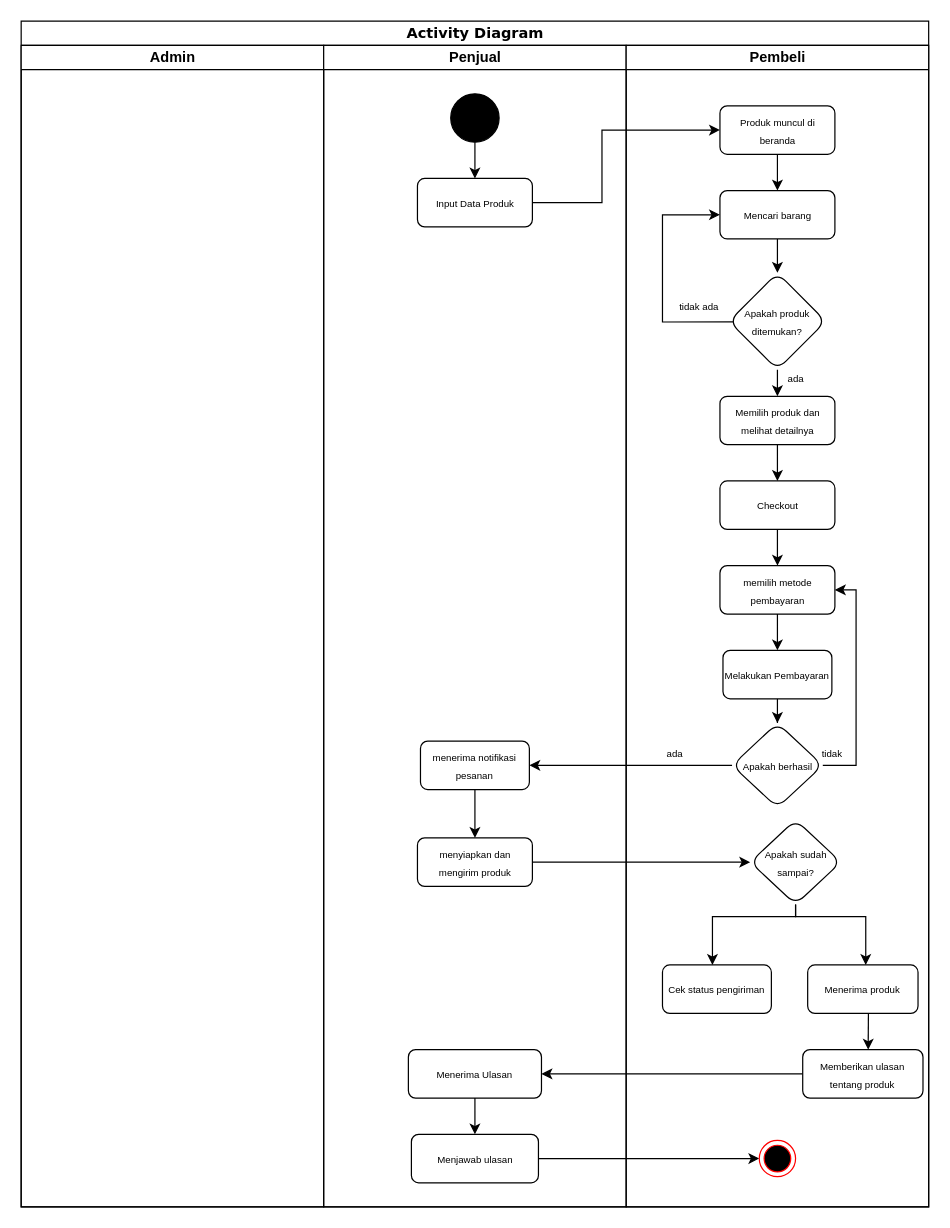
Al1en131/Project-Portfolio keeps this draw.io diagram as Untitled Diagram.drawio. Above is the earlier version. Source tidied: cells renumbered, new cells numbered last; positions are measured from the earlier drawing's top-left corner, leaving out a move shared by most shapes. Both pictures are drawn from the tidied source at 121%, with x=0, y=0 at pixel (21, 21).
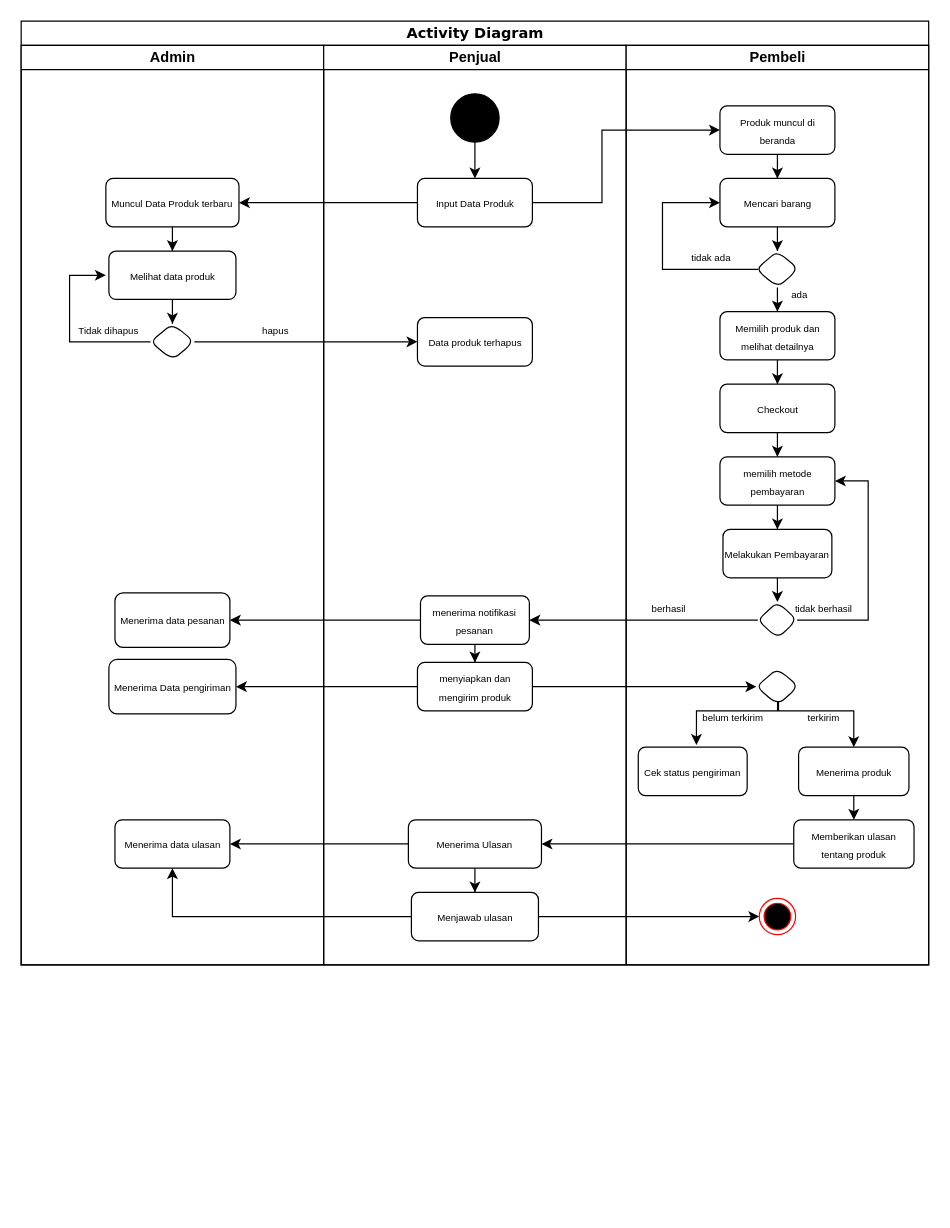
The same page after the edit.

Unchanged cells that the change refers to:
```xml
<mxCell id="12" value="&lt;font style=&quot;font-size: 8px;&quot;&gt;Input Data Produk&lt;/font&gt;" style="rounded=1;whiteSpace=wrap;html=1;" parent="6" vertex="1">
  <mxGeometry x="77.5" y="110" width="95" height="40" as="geometry" />
</mxCell>
<mxCell id="41" value="&lt;font style=&quot;font-size: 8px;&quot;&gt;Produk muncul di beranda&lt;/font&gt;" style="whiteSpace=wrap;html=1;rounded=1;" parent="19" vertex="1">
  <mxGeometry x="77.5" y="50" width="95" height="40" as="geometry" />
</mxCell>
```

The edit, as a diff of the source:
```diff
@@
     <mxCell id="2" value="Activity Diagram" style="swimlane;html=1;startSize=20;rounded=0;shadow=0;comic=0;labelBackgroundColor=none;strokeWidth=1;fontFamily=Verdana;fontSize=12;align=center;" parent="1" vertex="1">
-      <mxGeometry width="750" height="980" as="geometry" />
+      <mxGeometry width="750" height="780" as="geometry" />
     </mxCell>
-    <mxCell id="3" style="edgeStyle=orthogonalEdgeStyle;rounded=0;jettySize=auto;html=1;" parent="2" edge="1" source="34" target="8">
+    <mxCell id="3" style="edgeStyle=orthogonalEdgeStyle;rounded=0;jettySize=auto;html=1;exitX=0;exitY=0.5;exitDx=0;exitDy=0;" parent="2" edge="1" source="34" target="8">
       <mxGeometry relative="1" as="geometry">
         <Array as="points">
-          <mxPoint x="560" y="615" />
-          <mxPoint x="560" y="615" />
+          <mxPoint x="375" y="495" />
         </Array>
       </mxGeometry>
     </mxCell>
     <mxCell id="4" style="edgeStyle=orthogonalEdgeStyle;rounded=0;jettySize=auto;html=1;" parent="2" edge="1" source="9" target="38">
       <mxGeometry relative="1" as="geometry">
         <Array as="points">
-          <mxPoint x="490" y="695" />
-          <mxPoint x="490" y="695" />
+          <mxPoint x="430" y="550" />
+          <mxPoint x="430" y="550" />
         </Array>
       </mxGeometry>
     </mxCell>
     <mxCell id="5" value="Admin" style="swimlane;html=1;startSize=20;" parent="2" vertex="1">
-      <mxGeometry y="20" width="250" height="960" as="geometry" />
+      <mxGeometry y="20" width="250" height="760" as="geometry" />
     </mxCell>
+    <mxCell id="49" style="edgeStyle=orthogonalEdgeStyle;rounded=0;jettySize=auto;html=1;" parent="5" edge="1" source="50" target="55">
+      <mxGeometry relative="1" as="geometry" />
+    </mxCell>
+    <mxCell id="50" value="&lt;font style=&quot;font-size: 8px;&quot;&gt;Muncul Data Produk terbaru&lt;/font&gt;" style="whiteSpace=wrap;html=1;rounded=1;" parent="5" vertex="1">
+      <mxGeometry x="70" y="110" width="110" height="40" as="geometry" />
+    </mxCell>
+    <mxCell id="51" style="edgeStyle=orthogonalEdgeStyle;rounded=0;jettySize=auto;html=1;" parent="5" edge="1" source="52">
+      <mxGeometry relative="1" as="geometry">
+        <mxPoint x="70" y="190" as="targetPoint" />
+        <Array as="points">
+          <mxPoint x="40" y="245" />
+          <mxPoint x="40" y="190" />
+        </Array>
+      </mxGeometry>
+    </mxCell>
+    <mxCell id="52" style="rhombus;whiteSpace=wrap;html=1;rounded=1;" parent="5" vertex="1">
+      <mxGeometry x="106.9" y="230" width="36.2" height="30" as="geometry" />
+    </mxCell>
+    <mxCell id="53" value="&lt;font style=&quot;font-size: 8px;&quot;&gt;hapus&lt;/font&gt;" style="text;html=1;align=center;verticalAlign=middle;strokeColor=none;fillColor=none;" parent="5" vertex="1">
+      <mxGeometry x="185" y="220" width="50" height="30" as="geometry" />
+    </mxCell>
+    <mxCell id="54" style="edgeStyle=orthogonalEdgeStyle;rounded=0;jettySize=auto;html=1;" parent="5" edge="1" source="55" target="52">
+      <mxGeometry relative="1" as="geometry" />
+    </mxCell>
+    <mxCell id="55" value="&lt;font style=&quot;font-size: 8px;&quot;&gt;Melihat data produk&lt;/font&gt;" style="whiteSpace=wrap;html=1;rounded=1;" parent="5" vertex="1">
+      <mxGeometry x="72.5" y="170" width="105" height="40" as="geometry" />
+    </mxCell>
+    <mxCell id="56" value="&lt;font style=&quot;font-size: 8px;&quot;&gt;Tidak dihapus&lt;/font&gt;" style="text;html=1;align=center;verticalAlign=middle;strokeColor=none;fillColor=none;" parent="5" vertex="1">
+      <mxGeometry x="36.9" y="220" width="70" height="30" as="geometry" />
+    </mxCell>
+    <mxCell id="57" value="&lt;font style=&quot;font-size: 8px;&quot;&gt;Menerima data pesanan&lt;/font&gt;" style="whiteSpace=wrap;html=1;rounded=1;" parent="5" vertex="1">
+      <mxGeometry x="77.5" y="452.5" width="95" height="45" as="geometry" />
+    </mxCell>
+    <mxCell id="58" value="&lt;font style=&quot;font-size: 8px;&quot;&gt;Menerima data ulasan&lt;/font&gt;" style="whiteSpace=wrap;html=1;rounded=1;" parent="5" vertex="1">
+      <mxGeometry x="77.5" y="640" width="95" height="40" as="geometry" />
+    </mxCell>
+    <mxCell id="59" value="&lt;font style=&quot;font-size: 8px;&quot;&gt;Menerima Data pengiriman&lt;/font&gt;" style="rounded=1;whiteSpace=wrap;html=1;" parent="5" vertex="1">
+      <mxGeometry x="72.5" y="507.5" width="105" height="45" as="geometry" />
+    </mxCell>
     <mxCell id="6" value="Penjual" style="swimlane;html=1;startSize=20;" parent="2" vertex="1">
-      <mxGeometry x="250" y="20" width="250" height="960" as="geometry" />
+      <mxGeometry x="250" y="20" width="250" height="760" as="geometry" />
     </mxCell>
@@
     <mxCell id="8" value="&lt;font style=&quot;font-size: 8px;&quot;&gt;menerima notifikasi pesanan&lt;/font&gt;" style="whiteSpace=wrap;html=1;rounded=1;" parent="6" vertex="1">
-      <mxGeometry x="80" y="575" width="90" height="40" as="geometry" />
+      <mxGeometry x="80" y="455" width="90" height="40" as="geometry" />
     </mxCell>
     <mxCell id="9" value="&lt;font style=&quot;font-size: 8px;&quot;&gt;menyiapkan dan mengirim produk&lt;/font&gt;" style="whiteSpace=wrap;html=1;rounded=1;" parent="6" vertex="1">
-      <mxGeometry x="77.5" y="655" width="95" height="40" as="geometry" />
+      <mxGeometry x="77.5" y="510" width="95" height="40" as="geometry" />
     </mxCell>
@@
     <mxCell id="14" value="&lt;font style=&quot;font-size: 8px;&quot;&gt;Menerima Ulasan&lt;/font&gt;" style="whiteSpace=wrap;html=1;rounded=1;" parent="6" vertex="1">
-      <mxGeometry x="70" y="830" width="110" height="40" as="geometry" />
+      <mxGeometry x="70" y="640" width="110" height="40" as="geometry" />
     </mxCell>
     <mxCell id="15" value="&lt;font style=&quot;font-size: 8px;&quot;&gt;Menjawab ulasan&lt;/font&gt;" style="whiteSpace=wrap;html=1;rounded=1;" parent="6" vertex="1">
-      <mxGeometry x="72.5" y="900" width="105" height="40" as="geometry" />
+      <mxGeometry x="72.5" y="700" width="105" height="40" as="geometry" />
     </mxCell>
+    <mxCell id="60" value="&lt;font style=&quot;font-size: 8px;&quot;&gt;Data produk terhapus&lt;/font&gt;" style="rounded=1;whiteSpace=wrap;html=1;" parent="6" vertex="1">
+      <mxGeometry x="77.5" y="225" width="95" height="40" as="geometry" />
+    </mxCell>
@@
     <mxCell id="19" value="Pembeli" style="swimlane;html=1;startSize=20;" parent="2" vertex="1">
-      <mxGeometry x="500" y="20" width="250" height="960" as="geometry" />
+      <mxGeometry x="500" y="20" width="250" height="760" as="geometry" />
     </mxCell>
@@
     <mxCell id="21" value="&lt;font style=&quot;font-size: 8px;&quot;&gt;Mencari barang&lt;/font&gt;" style="rounded=1;whiteSpace=wrap;html=1;" parent="19" vertex="1">
-      <mxGeometry x="77.5" y="120" width="95" height="40" as="geometry" />
+      <mxGeometry x="77.5" y="110" width="95" height="40" as="geometry" />
     </mxCell>
@@
-    <mxCell id="23" value="&lt;font style=&quot;font-size: 8px;&quot;&gt;Apakah produk ditemukan?&lt;/font&gt;" style="rhombus;whiteSpace=wrap;html=1;rounded=1;" parent="19" vertex="1">
-      <mxGeometry x="85" y="188" width="80" height="80" as="geometry" />
+    <mxCell id="23" style="rhombus;whiteSpace=wrap;html=1;rounded=1;" parent="19" vertex="1">
+      <mxGeometry x="107.5" y="170" width="35" height="30" as="geometry" />
     </mxCell>
@@
     <mxCell id="25" value="&lt;font style=&quot;font-size: 8px;&quot;&gt;&lt;span&gt;Memilih produk dan melihat detailnya&lt;/span&gt;&lt;/font&gt;" style="whiteSpace=wrap;html=1;rounded=1;" parent="19" vertex="1">
-      <mxGeometry x="77.5" y="290" width="95" height="40" as="geometry" />
+      <mxGeometry x="77.5" y="220" width="95" height="40" as="geometry" />
     </mxCell>
     <mxCell id="26" value="&lt;font style=&quot;font-size: 8px;&quot;&gt;ada&lt;/font&gt;" style="text;html=1;align=center;verticalAlign=middle;strokeColor=none;fillColor=none;" parent="19" vertex="1">
-      <mxGeometry x="120" y="260" width="40" height="30" as="geometry" />
+      <mxGeometry x="122.5" y="190" width="40" height="30" as="geometry" />
     </mxCell>
@@
     <mxCell id="28" value="&lt;font style=&quot;font-size: 8px;&quot;&gt;Checkout&lt;/font&gt;" style="whiteSpace=wrap;html=1;rounded=1;" parent="19" vertex="1">
-      <mxGeometry x="77.5" y="360" width="95" height="40" as="geometry" />
+      <mxGeometry x="77.5" y="280" width="95" height="40" as="geometry" />
     </mxCell>
@@
     <mxCell id="30" value="&lt;font style=&quot;font-size: 8px;&quot;&gt;memilih metode pembayaran&lt;/font&gt;" style="rounded=1;whiteSpace=wrap;html=1;" parent="19" vertex="1">
-      <mxGeometry x="77.5" y="430" width="95" height="40" as="geometry" />
+      <mxGeometry x="77.5" y="340" width="95" height="40" as="geometry" />
     </mxCell>
@@
     <mxCell id="32" value="&lt;font style=&quot;font-size: 8px;&quot;&gt;Melakukan Pembayaran&lt;/font&gt;" style="whiteSpace=wrap;html=1;rounded=1;" parent="19" vertex="1">
-      <mxGeometry x="80" y="500" width="90" height="40" as="geometry" />
+      <mxGeometry x="80" y="400" width="90" height="40" as="geometry" />
     </mxCell>
     <mxCell id="33" style="edgeStyle=orthogonalEdgeStyle;rounded=0;jettySize=auto;html=1;entryX=1;entryY=0.5;entryDx=0;entryDy=0;" parent="19" edge="1" source="34" target="30">
       <mxGeometry relative="1" as="geometry">
         <Array as="points">
-          <mxPoint x="190" y="595" />
-          <mxPoint x="190" y="450" />
+          <mxPoint x="200" y="475" />
+          <mxPoint x="200" y="360" />
         </Array>
       </mxGeometry>
     </mxCell>
-    <mxCell id="34" value="&lt;font style=&quot;font-size: 8px;&quot;&gt;Apakah berhasil&lt;/font&gt;" style="rhombus;whiteSpace=wrap;html=1;rounded=1;" parent="19" vertex="1">
-      <mxGeometry x="87.5" y="560" width="75" height="70" as="geometry" />
+    <mxCell id="34" style="rhombus;whiteSpace=wrap;html=1;rounded=1;" parent="19" vertex="1">
+      <mxGeometry x="108.8" y="460" width="32.5" height="30" as="geometry" />
     </mxCell>
-    <mxCell id="35" value="&lt;font style=&quot;font-size: 8px;&quot;&gt;ada&lt;/font&gt;" style="text;html=1;align=center;verticalAlign=middle;strokeColor=none;fillColor=none;" parent="19" vertex="1">
-      <mxGeometry x="20" y="570" width="40" height="30" as="geometry" />
+    <mxCell id="35" value="&lt;font style=&quot;font-size: 8px;&quot;&gt;berhasil&lt;/font&gt;" style="text;html=1;align=center;verticalAlign=middle;strokeColor=none;fillColor=none;" parent="19" vertex="1">
+      <mxGeometry x="10" y="450" width="50" height="30" as="geometry" />
     </mxCell>
-    <mxCell id="36" style="edgeStyle=orthogonalEdgeStyle;rounded=0;jettySize=auto;html=1;" parent="19" edge="1" source="38">
+    <mxCell id="36" style="edgeStyle=orthogonalEdgeStyle;rounded=0;jettySize=auto;html=1;entryX=0.534;entryY=-0.045;entryDx=0;entryDy=0;entryPerimeter=0;exitX=0.501;exitY=0.905;exitDx=0;exitDy=0;exitPerimeter=0;" parent="19" edge="1" source="38" target="46">
       <mxGeometry relative="1" as="geometry">
-        <mxPoint x="71.3" y="760" as="targetPoint" />
         <Array as="points">
-          <mxPoint x="140" y="720" />
-          <mxPoint x="71" y="720" />
+          <mxPoint x="125" y="550" />
+          <mxPoint x="58" y="550" />
         </Array>
       </mxGeometry>
     </mxCell>
-    <mxCell id="37" style="edgeStyle=orthogonalEdgeStyle;rounded=0;jettySize=auto;html=1;" parent="19" edge="1" source="38">
+    <mxCell id="37" style="edgeStyle=orthogonalEdgeStyle;rounded=0;jettySize=auto;html=1;exitX=0.523;exitY=0.909;exitDx=0;exitDy=0;exitPerimeter=0;entryX=0.5;entryY=0;entryDx=0;entryDy=0;" parent="19" edge="1" source="38" target="47">
       <mxGeometry relative="1" as="geometry">
-        <mxPoint x="198" y="760" as="targetPoint" />
         <Array as="points">
-          <mxPoint x="140" y="720" />
-          <mxPoint x="198" y="720" />
-          <mxPoint x="198" y="760" />
+          <mxPoint x="126" y="550" />
+          <mxPoint x="188" y="550" />
         </Array>
       </mxGeometry>
     </mxCell>
-    <mxCell id="38" value="&lt;font style=&quot;font-size: 8px;&quot;&gt;Apakah sudah sampai?&lt;/font&gt;" style="rhombus;whiteSpace=wrap;html=1;rounded=1;" parent="19" vertex="1">
-      <mxGeometry x="102.5" y="640" width="75" height="70" as="geometry" />
+    <mxCell id="38" style="rhombus;whiteSpace=wrap;html=1;rounded=1;" parent="19" vertex="1">
+      <mxGeometry x="107.6" y="515" width="35" height="30" as="geometry" />
     </mxCell>
-    <mxCell id="39" style="edgeStyle=orthogonalEdgeStyle;rounded=0;orthogonalLoop=1;jettySize=auto;html=1;" parent="19" edge="1">
+    <mxCell id="39" style="edgeStyle=orthogonalEdgeStyle;rounded=0;jettySize=auto;html=1;exitX=0.5;exitY=1;exitDx=0;exitDy=0;entryX=0.5;entryY=0;entryDx=0;entryDy=0;" parent="19" edge="1" source="47" target="48">
       <mxGeometry relative="1" as="geometry">
-        <mxPoint x="200.2" y="800" as="sourcePoint" />
-        <mxPoint x="200" y="830" as="targetPoint" />
         <Array as="points">
-          <mxPoint x="200.5" y="800" />
+          <mxPoint x="188" y="630" />
+          <mxPoint x="188" y="630" />
         </Array>
       </mxGeometry>
     </mxCell>
-    <mxCell id="40" style="edgeStyle=orthogonalEdgeStyle;rounded=0;jettySize=auto;html=1;" parent="19" edge="1" source="41">
-      <mxGeometry relative="1" as="geometry">
-        <mxPoint x="125" y="120" as="targetPoint" />
-      </mxGeometry>
+    <mxCell id="40" style="edgeStyle=orthogonalEdgeStyle;rounded=0;jettySize=auto;html=1;entryX=0.5;entryY=0;entryDx=0;entryDy=0;" parent="19" edge="1" source="41" target="21">
+      <mxGeometry relative="1" as="geometry" />
     </mxCell>
@@
-    <mxCell id="42" value="&lt;font style=&quot;font-size: 8px;&quot;&gt;tidak&lt;/font&gt;" style="text;html=1;align=center;verticalAlign=middle;strokeColor=none;fillColor=none;" parent="19" vertex="1">
-      <mxGeometry x="150" y="570" width="40" height="30" as="geometry" />
+    <mxCell id="42" value="&lt;font style=&quot;font-size: 8px;&quot;&gt;tidak berhasil&lt;/font&gt;" style="text;html=1;align=center;verticalAlign=middle;strokeColor=none;fillColor=none;" parent="19" vertex="1">
+      <mxGeometry x="127.5" y="450" width="70" height="30" as="geometry" />
     </mxCell>
     <mxCell id="43" style="ellipse;html=1;shape=endState;fillColor=#000000;strokeColor=#ff0000;" parent="19" vertex="1">
-      <mxGeometry x="110" y="905" width="30" height="30" as="geometry" />
+      <mxGeometry x="110" y="705" width="30" height="30" as="geometry" />
     </mxCell>
     <mxCell id="44" style="edgeStyle=orthogonalEdgeStyle;rounded=0;jettySize=auto;html=1;entryX=0;entryY=0.5;entryDx=0;entryDy=0;exitX=0.049;exitY=0.507;exitDx=0;exitDy=0;exitPerimeter=0;" parent="19" edge="1" source="23" target="21">
       <mxGeometry relative="1" as="geometry">
         <Array as="points">
-          <mxPoint x="30" y="229" />
-          <mxPoint x="30" y="140" />
+          <mxPoint x="30" y="185" />
+          <mxPoint x="30" y="130" />
         </Array>
       </mxGeometry>
     </mxCell>
     <mxCell id="45" value="&lt;font style=&quot;font-size: 8px;&quot;&gt;tidak ada&lt;/font&gt;" style="text;html=1;align=center;verticalAlign=middle;strokeColor=none;fillColor=none;" parent="19" vertex="1">
-      <mxGeometry x="30" y="200" width="60" height="30" as="geometry" />
+      <mxGeometry x="40" y="160" width="60" height="30" as="geometry" />
     </mxCell>
     <mxCell id="46" value="&lt;font style=&quot;font-size: 8px;&quot;&gt;Cek status pengiriman&lt;/font&gt;" style="whiteSpace=wrap;html=1;rounded=1;" parent="19" vertex="1">
-      <mxGeometry x="30" y="760" width="90" height="40" as="geometry" />
+      <mxGeometry x="10" y="580" width="90" height="40" as="geometry" />
     </mxCell>
     <mxCell id="47" value="&lt;font style=&quot;font-size: 8px;&quot;&gt;Menerima produk&lt;/font&gt;" style="whiteSpace=wrap;html=1;rounded=1;" parent="19" vertex="1">
-      <mxGeometry x="150" y="760" width="91.2" height="40" as="geometry" />
+      <mxGeometry x="142.5" y="580" width="91.2" height="40" as="geometry" />
     </mxCell>
     <mxCell id="48" value="&lt;font style=&quot;font-size: 8px;&quot;&gt;Memberikan ulasan tentang produk&lt;/font&gt;" style="whiteSpace=wrap;html=1;rounded=1;" parent="19" vertex="1">
-      <mxGeometry x="145.9" y="830" width="99.4" height="40" as="geometry" />
+      <mxGeometry x="138.5" y="640" width="99.4" height="40" as="geometry" />
     </mxCell>
+    <mxCell id="61" value="&lt;font style=&quot;font-size: 8px;&quot;&gt;belum terkirim&lt;/font&gt;" style="text;html=1;align=center;verticalAlign=middle;strokeColor=none;fillColor=none;" parent="19" vertex="1">
+      <mxGeometry x="52.5" y="540" width="70" height="30" as="geometry" />
+    </mxCell>
+    <mxCell id="62" value="&lt;font style=&quot;font-size: 8px;&quot;&gt;terkirim&lt;/font&gt;" style="text;html=1;align=center;verticalAlign=middle;strokeColor=none;fillColor=none;" parent="19" vertex="1">
+      <mxGeometry x="137.5" y="540" width="50" height="30" as="geometry" />
+    </mxCell>
+    <mxCell id="63" style="edgeStyle=orthogonalEdgeStyle;rounded=0;jettySize=auto;html=1;" parent="2" edge="1" source="12" target="50">
+      <mxGeometry relative="1" as="geometry" />
+    </mxCell>
+    <mxCell id="64" style="edgeStyle=orthogonalEdgeStyle;rounded=0;jettySize=auto;html=1;" parent="2" edge="1" source="52" target="60">
+      <mxGeometry relative="1" as="geometry" />
+    </mxCell>
+    <mxCell id="65" style="edgeStyle=orthogonalEdgeStyle;rounded=0;jettySize=auto;html=1;" parent="2" edge="1" source="8" target="57">
+      <mxGeometry relative="1" as="geometry" />
+    </mxCell>
+    <mxCell id="66" style="edgeStyle=orthogonalEdgeStyle;rounded=0;jettySize=auto;html=1;" parent="2" edge="1" source="14" target="58">
+      <mxGeometry relative="1" as="geometry" />
+    </mxCell>
+    <mxCell id="67" style="edgeStyle=orthogonalEdgeStyle;rounded=0;jettySize=auto;html=1;" parent="2" edge="1" source="15" target="58">
+      <mxGeometry relative="1" as="geometry" />
+    </mxCell>
+    <mxCell id="68" style="edgeStyle=orthogonalEdgeStyle;rounded=0;jettySize=auto;html=1;" parent="2" edge="1" source="9" target="59">
+      <mxGeometry relative="1" as="geometry" />
+    </mxCell>
```
